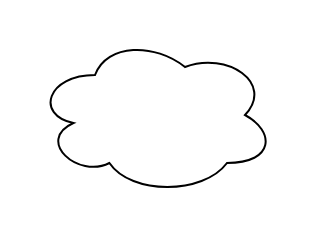
chenjh3061/hello-world keeps this draw.io diagram as 未命名绘图.drawio. Above is the earlier version. Source tidied: cells renumbered, new cells numbered last; positions are measured from the earlier drawing's top-left corner, leaving out a move shared by most shapes. Both pictures are drawn from the tidied source at 200%, with x=0, y=0 at pixel (34, 34).
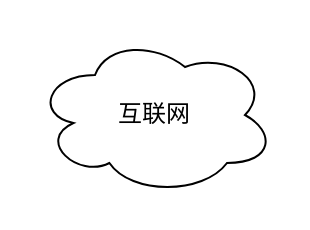
The same page after the edit.

Commit message (it also covers changes not shown here):
更新未命名绘图.drawio

The edit, as a diff of the source:
```diff
@@
 <mxGraphModel>
   <root>
     <mxCell id="0" />
     <mxCell id="1" parent="0" />
-    <mxCell id="2" style="ellipse;shape=cloud;whiteSpace=wrap;html=1;" parent="1" vertex="1">
+    <mxCell id="2" value="互联网" style="ellipse;shape=cloud;whiteSpace=wrap;html=1;" parent="1" vertex="1">
       <mxGeometry width="120" height="80" as="geometry" />
     </mxCell>
   </root>
 </mxGraphModel>
```
